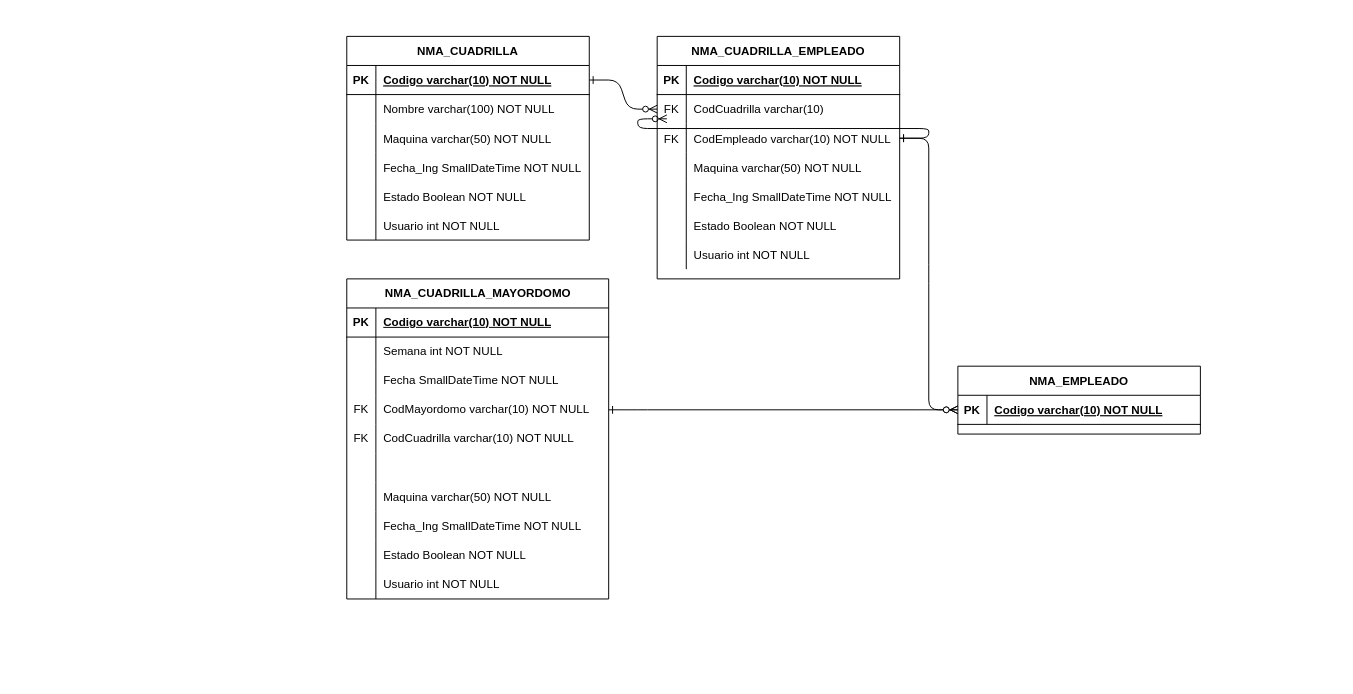
The draw.io diagram Diagrama sin título.drawio in JOSENAVAS46/DiagramsDrawIO, before the edit. Source tidied: cells renumbered, new cells numbered last; positions are measured from the earlier drawing's top-left corner, leaving out a move shared by most shapes. Both pictures are drawn from the tidied source at 97%, with x=0, y=0 at pixel (346, 36).
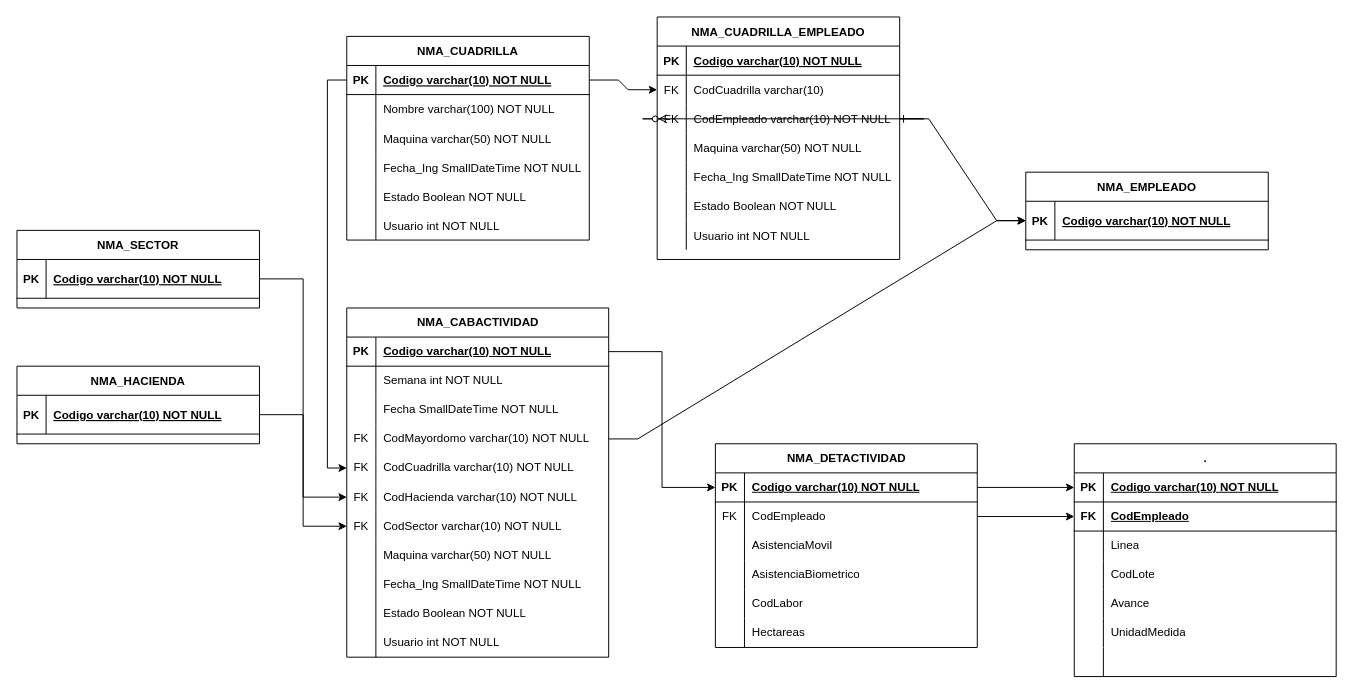
After the change.

Unchanged cells that the change refers to:
```xml
<mxCell id="8" style="shape=partialRectangle;fillColor=none;points=[[0,0.5],[1,0.5]];portConstraint=eastwest;top=0;left=0;right=0;bottom=0;" parent="4" vertex="1">
  <mxGeometry y="60" width="250" height="30" as="geometry" />
</mxCell>
<mxCell id="11" style="shape=partialRectangle;fillColor=none;points=[[0,0.5],[1,0.5]];portConstraint=eastwest;top=0;left=0;right=0;bottom=0;" parent="4" vertex="1">
  <mxGeometry y="90" width="250" height="30" as="geometry" />
</mxCell>
<mxCell id="31" style="shape=partialRectangle;fillColor=none;points=[[0,0.5],[1,0.5]];portConstraint=eastwest;top=0;left=0;right=0;bottom=1;" parent="30" vertex="1">
  <mxGeometry y="30" width="250" height="30" as="geometry" />
</mxCell>
<mxCell id="51" style="shape=tableRow;horizontal=0;startSize=0;swimlaneHead=0;swimlaneBody=0;fillColor=none;points=[[0,0.5],[1,0.5]];portConstraint=eastwest;top=0;left=0;right=0;bottom=1;" parent="50" vertex="1">
  <mxGeometry y="30" width="270" height="30" as="geometry" />
</mxCell>
<mxCell id="60" style="shape=tableRow;horizontal=0;startSize=0;swimlaneHead=0;swimlaneBody=0;fillColor=none;points=[[0,0.5],[1,0.5]];portConstraint=eastwest;top=0;left=0;right=0;bottom=0;" parent="50" vertex="1">
  <mxGeometry y="120" width="270" height="30" as="geometry" />
</mxCell>
<mxCell id="63" style="shape=tableRow;horizontal=0;startSize=0;swimlaneHead=0;swimlaneBody=0;fillColor=none;points=[[0,0.5],[1,0.5]];portConstraint=eastwest;top=0;left=0;right=0;bottom=0;" parent="50" vertex="1">
  <mxGeometry y="150" width="270" height="30" as="geometry" />
</mxCell>
```

Diff of the diagram source:
```diff
@@
-    <mxCell id="2" style="edgeStyle=entityRelationEdgeStyle;endArrow=ERzeroToMany;startArrow=ERone;endFill=1;startFill=0;" parent="1" edge="1" source="31" target="8">
-      <mxGeometry relative="1" as="geometry" />
-    </mxCell>
@@
     <mxCell id="4" value="NMA_CUADRILLA_EMPLEADO" style="shape=table;startSize=30;childLayout=tableLayout;rowLines=0;fontStyle=1;align=center;" parent="1" vertex="1">
-      <mxGeometry x="320" width="250" height="250" as="geometry" />
+      <mxGeometry x="320" y="-20" width="250" height="250" as="geometry" />
     </mxCell>
@@
     <mxCell id="26" value="NMA_EMPLEADO" style="shape=table;startSize=30;childLayout=tableLayout;rowLines=0;fontStyle=1;align=center;" parent="1" vertex="1">
-      <mxGeometry x="630" y="340" width="250" height="70" as="geometry" />
+      <mxGeometry x="700" y="140" width="250" height="80" as="geometry" />
     </mxCell>
     <mxCell id="27" style="shape=partialRectangle;fillColor=none;points=[[0,0.5],[1,0.5]];portConstraint=eastwest;top=0;left=0;right=0;bottom=1;" parent="26" vertex="1">
-      <mxGeometry y="30" width="250" height="30" as="geometry" />
+      <mxGeometry y="30" width="250" height="40" as="geometry" />
     </mxCell>
     <mxCell id="28" value="PK" style="shape=partialRectangle;overflow=hidden;fillColor=none;top=0;left=0;bottom=0;right=0;fontStyle=1;" parent="27" vertex="1">
-      <mxGeometry width="30" height="30" as="geometry" />
+      <mxGeometry width="30" height="40" as="geometry" />
     </mxCell>
     <mxCell id="29" value="Codigo varchar(10) NOT NULL " style="shape=partialRectangle;overflow=hidden;fillColor=none;top=0;left=0;bottom=0;right=0;align=left;spacingLeft=6;fontStyle=5;" parent="27" vertex="1">
-      <mxGeometry x="30" width="220" height="30" as="geometry" />
+      <mxGeometry x="30" width="220" height="40" as="geometry" />
     </mxCell>
@@
-    <mxCell id="49" style="edgeStyle=entityRelationEdgeStyle;endArrow=ERzeroToMany;startArrow=ERone;endFill=1;startFill=0;exitX=1;exitY=0.5;exitDx=0;exitDy=0;entryX=0;entryY=0.5;entryDx=0;entryDy=0;" parent="1" edge="1" source="60" target="27">
-      <mxGeometry relative="1" as="geometry" />
-    </mxCell>
-    <mxCell id="50" value="NMA_CUADRILLA_MAYORDOMO" style="shape=table;startSize=30;childLayout=tableLayout;rowLines=0;fontStyle=1;align=center;html=1;" parent="1" vertex="1">
-      <mxGeometry y="250" width="270" height="330" as="geometry" />
+    <mxCell id="50" value="NMA_CABACTIVIDAD" style="shape=table;startSize=30;childLayout=tableLayout;rowLines=0;fontStyle=1;align=center;html=1;" parent="1" vertex="1">
+      <mxGeometry y="280" width="270" height="360" as="geometry" />
     </mxCell>
@@
-    <mxCell id="66" style="shape=tableRow;horizontal=0;startSize=0;swimlaneHead=0;swimlaneBody=0;fillColor=none;top=0;left=0;right=0;bottom=0;" parent="50" vertex="1">
-      <mxGeometry y="180" width="270" height="30" as="geometry" />
-    </mxCell>
-    <mxCell id="67" style="shape=partialRectangle;fillColor=none;top=0;left=0;bottom=0;right=0;overflow=hidden;whiteSpace=wrap;html=1;" parent="66" vertex="1">
-      <mxGeometry width="30" height="30" as="geometry" />
-    </mxCell>
-    <mxCell id="68" style="shape=partialRectangle;fillColor=none;top=0;left=0;bottom=0;right=0;align=left;spacingLeft=6;overflow=hidden;whiteSpace=wrap;html=1;" parent="66" vertex="1">
-      <mxGeometry x="30" width="240" height="30" as="geometry" />
-    </mxCell>
+    <mxCell id="82" style="shape=tableRow;horizontal=0;startSize=0;swimlaneHead=0;swimlaneBody=0;fillColor=none;points=[[0,0.5],[1,0.5]];portConstraint=eastwest;top=0;left=0;right=0;bottom=0;" parent="50" vertex="1">
+      <mxGeometry y="180" width="270" height="30" as="geometry" />
+    </mxCell>
+    <mxCell id="83" value="FK" style="shape=partialRectangle;fillColor=none;top=0;left=0;bottom=0;right=0;overflow=hidden;whiteSpace=wrap;html=1;" parent="82" vertex="1">
+      <mxGeometry width="30" height="30" as="geometry" />
+    </mxCell>
+    <mxCell id="84" value="CodHacienda&amp;nbsp;varchar(10) NOT NULL" style="shape=partialRectangle;fillColor=none;top=0;left=0;bottom=0;right=0;align=left;spacingLeft=6;overflow=hidden;whiteSpace=wrap;html=1;" parent="82" vertex="1">
+      <mxGeometry x="30" width="240" height="30" as="geometry" />
+    </mxCell>
+    <mxCell id="85" style="shape=tableRow;horizontal=0;startSize=0;swimlaneHead=0;swimlaneBody=0;fillColor=none;points=[[0,0.5],[1,0.5]];portConstraint=eastwest;top=0;left=0;right=0;bottom=0;" parent="50" vertex="1">
+      <mxGeometry y="210" width="270" height="30" as="geometry" />
+    </mxCell>
+    <mxCell id="86" value="FK" style="shape=partialRectangle;fillColor=none;top=0;left=0;bottom=0;right=0;overflow=hidden;whiteSpace=wrap;html=1;" parent="85" vertex="1">
+      <mxGeometry width="30" height="30" as="geometry" />
+    </mxCell>
+    <mxCell id="87" value="&lt;div&gt;CodSector&amp;nbsp;varchar(10) NOT NULL&lt;/div&gt;" style="shape=partialRectangle;fillColor=none;top=0;left=0;bottom=0;right=0;align=left;spacingLeft=6;overflow=hidden;whiteSpace=wrap;html=1;" parent="85" vertex="1">
+      <mxGeometry x="30" width="240" height="30" as="geometry" />
+    </mxCell>
     <mxCell id="69" style="shape=tableRow;horizontal=0;startSize=0;swimlaneHead=0;swimlaneBody=0;fillColor=none;top=0;left=0;right=0;bottom=0;" parent="50" vertex="1">
-      <mxGeometry y="210" width="270" height="30" as="geometry" />
+      <mxGeometry y="240" width="270" height="30" as="geometry" />
     </mxCell>
@@
     <mxCell id="72" style="shape=tableRow;horizontal=0;startSize=0;swimlaneHead=0;swimlaneBody=0;fillColor=none;top=0;left=0;right=0;bottom=0;" parent="50" vertex="1">
-      <mxGeometry y="240" width="270" height="30" as="geometry" />
+      <mxGeometry y="270" width="270" height="30" as="geometry" />
     </mxCell>
@@
     <mxCell id="75" style="shape=tableRow;horizontal=0;startSize=0;swimlaneHead=0;swimlaneBody=0;fillColor=none;top=0;left=0;right=0;bottom=0;" parent="50" vertex="1">
-      <mxGeometry y="270" width="270" height="30" as="geometry" />
+      <mxGeometry y="300" width="270" height="30" as="geometry" />
     </mxCell>
@@
     <mxCell id="78" style="shape=tableRow;horizontal=0;startSize=0;swimlaneHead=0;swimlaneBody=0;fillColor=none;top=0;left=0;right=0;bottom=0;" parent="50" vertex="1">
-      <mxGeometry y="300" width="270" height="30" as="geometry" />
+      <mxGeometry y="330" width="270" height="30" as="geometry" />
     </mxCell>
@@
+    <mxCell id="2" style="edgeStyle=entityRelationEdgeStyle;rounded=0;jettySize=auto;html=1;exitX=1;exitY=0.5;exitDx=0;exitDy=0;entryX=0;entryY=0.5;entryDx=0;entryDy=0;" parent="1" edge="1" source="31" target="8">
+      <mxGeometry relative="1" as="geometry" />
+    </mxCell>
-    <mxCell id="81" style="edgeStyle=entityRelationEdgeStyle;endArrow=ERzeroToMany;startArrow=ERone;endFill=1;startFill=0;exitX=1;exitY=0.5;exitDx=0;exitDy=0;entryX=0;entryY=0.5;entryDx=0;entryDy=0;" parent="1" edge="1" source="11" target="27">
-      <mxGeometry relative="1" as="geometry">
-        <Array as="points">
-          <mxPoint x="620" y="230" />
-        </Array>
-      </mxGeometry>
+    <mxCell id="81" style="edgeStyle=entityRelationEdgeStyle;rounded=0;jettySize=auto;html=1;exitX=1;exitY=0.5;exitDx=0;exitDy=0;entryX=0;entryY=0.5;entryDx=0;entryDy=0;" parent="1" edge="1" source="11" target="27">
+      <mxGeometry relative="1" as="geometry" />
     </mxCell>
+    <mxCell id="49" style="edgeStyle=entityRelationEdgeStyle;rounded=0;jettySize=auto;html=1;exitX=1;exitY=0.5;exitDx=0;exitDy=0;entryX=0;entryY=0.5;entryDx=0;entryDy=0;" parent="1" edge="1" source="60" target="27">
+      <mxGeometry relative="1" as="geometry" />
+    </mxCell>
+    <mxCell id="88" style="edgeStyle=orthogonalEdgeStyle;rounded=0;jettySize=auto;html=1;exitX=0;exitY=0.5;exitDx=0;exitDy=0;entryX=0;entryY=0.5;entryDx=0;entryDy=0;" parent="1" edge="1" source="31" target="63">
+      <mxGeometry relative="1" as="geometry" />
+    </mxCell>
+    <mxCell id="89" value="NMA_SECTOR" style="shape=table;startSize=30;childLayout=tableLayout;rowLines=0;fontStyle=1;align=center;" parent="1" vertex="1">
+      <mxGeometry x="-340" y="200" width="250" height="80" as="geometry" />
+    </mxCell>
+    <mxCell id="90" style="shape=partialRectangle;fillColor=none;points=[[0,0.5],[1,0.5]];portConstraint=eastwest;top=0;left=0;right=0;bottom=1;" parent="89" vertex="1">
+      <mxGeometry y="30" width="250" height="40" as="geometry" />
+    </mxCell>
+    <mxCell id="91" value="PK" style="shape=partialRectangle;overflow=hidden;fillColor=none;top=0;left=0;bottom=0;right=0;fontStyle=1;" parent="90" vertex="1">
+      <mxGeometry width="30" height="40" as="geometry" />
+    </mxCell>
+    <mxCell id="92" value="Codigo varchar(10) NOT NULL " style="shape=partialRectangle;overflow=hidden;fillColor=none;top=0;left=0;bottom=0;right=0;align=left;spacingLeft=6;fontStyle=5;" parent="90" vertex="1">
+      <mxGeometry x="30" width="220" height="40" as="geometry" />
+    </mxCell>
+    <mxCell id="93" value="NMA_HACIENDA" style="shape=table;startSize=30;childLayout=tableLayout;rowLines=0;fontStyle=1;align=center;" parent="1" vertex="1">
+      <mxGeometry x="-340" y="340" width="250" height="80" as="geometry" />
+    </mxCell>
+    <mxCell id="94" style="shape=partialRectangle;fillColor=none;points=[[0,0.5],[1,0.5]];portConstraint=eastwest;top=0;left=0;right=0;bottom=1;" parent="93" vertex="1">
+      <mxGeometry y="30" width="250" height="40" as="geometry" />
+    </mxCell>
+    <mxCell id="95" value="PK" style="shape=partialRectangle;overflow=hidden;fillColor=none;top=0;left=0;bottom=0;right=0;fontStyle=1;" parent="94" vertex="1">
+      <mxGeometry width="30" height="40" as="geometry" />
+    </mxCell>
+    <mxCell id="96" value="Codigo varchar(10) NOT NULL " style="shape=partialRectangle;overflow=hidden;fillColor=none;top=0;left=0;bottom=0;right=0;align=left;spacingLeft=6;fontStyle=5;" parent="94" vertex="1">
+      <mxGeometry x="30" width="220" height="40" as="geometry" />
+    </mxCell>
+    <mxCell id="97" style="edgeStyle=orthogonalEdgeStyle;rounded=0;jettySize=auto;html=1;exitX=1;exitY=0.5;exitDx=0;exitDy=0;entryX=0;entryY=0.5;entryDx=0;entryDy=0;" parent="1" edge="1" source="94" target="82">
+      <mxGeometry relative="1" as="geometry" />
+    </mxCell>
+    <mxCell id="98" style="edgeStyle=orthogonalEdgeStyle;rounded=0;jettySize=auto;html=1;exitX=1;exitY=0.5;exitDx=0;exitDy=0;entryX=0;entryY=0.5;entryDx=0;entryDy=0;" parent="1" edge="1" source="90" target="85">
+      <mxGeometry relative="1" as="geometry" />
+    </mxCell>
+    <mxCell id="99" value="NMA_DETACTIVIDAD" style="shape=table;startSize=30;childLayout=tableLayout;rowLines=0;fontStyle=1;align=center;html=1;" parent="1" vertex="1">
+      <mxGeometry x="380" y="420" width="270" height="210" as="geometry" />
+    </mxCell>
+    <mxCell id="100" style="shape=tableRow;horizontal=0;startSize=0;swimlaneHead=0;swimlaneBody=0;fillColor=none;points=[[0,0.5],[1,0.5]];portConstraint=eastwest;top=0;left=0;right=0;bottom=1;" parent="99" vertex="1">
+      <mxGeometry y="30" width="270" height="30" as="geometry" />
+    </mxCell>
+    <mxCell id="101" value="PK" style="shape=partialRectangle;fillColor=none;top=0;left=0;bottom=0;right=0;fontStyle=1;overflow=hidden;whiteSpace=wrap;html=1;" parent="100" vertex="1">
+      <mxGeometry width="30" height="30" as="geometry" />
+    </mxCell>
+    <mxCell id="102" value="Codigo&amp;nbsp;varchar(10) NOT NULL " style="shape=partialRectangle;fillColor=none;top=0;left=0;bottom=0;right=0;align=left;spacingLeft=6;fontStyle=5;overflow=hidden;whiteSpace=wrap;html=1;" parent="100" vertex="1">
+      <mxGeometry x="30" width="240" height="30" as="geometry" />
+    </mxCell>
+    <mxCell id="103" style="shape=tableRow;horizontal=0;startSize=0;swimlaneHead=0;swimlaneBody=0;fillColor=none;points=[[0,0.5],[1,0.5]];portConstraint=eastwest;top=0;left=0;right=0;bottom=0;" parent="99" vertex="1">
+      <mxGeometry y="60" width="270" height="30" as="geometry" />
+    </mxCell>
+    <mxCell id="104" value="FK" style="shape=partialRectangle;fillColor=none;top=0;left=0;bottom=0;right=0;overflow=hidden;whiteSpace=wrap;html=1;" parent="103" vertex="1">
+      <mxGeometry width="30" height="30" as="geometry" />
+    </mxCell>
+    <mxCell id="105" value="CodEmpleado" style="shape=partialRectangle;fillColor=none;top=0;left=0;bottom=0;right=0;align=left;spacingLeft=6;overflow=hidden;whiteSpace=wrap;html=1;" parent="103" vertex="1">
+      <mxGeometry x="30" width="240" height="30" as="geometry" />
+    </mxCell>
+    <mxCell id="106" style="shape=tableRow;horizontal=0;startSize=0;swimlaneHead=0;swimlaneBody=0;fillColor=none;top=0;left=0;right=0;bottom=0;" parent="99" vertex="1">
+      <mxGeometry y="90" width="270" height="30" as="geometry" />
+    </mxCell>
+    <mxCell id="107" style="shape=partialRectangle;fillColor=none;top=0;left=0;bottom=0;right=0;overflow=hidden;whiteSpace=wrap;html=1;" parent="106" vertex="1">
+      <mxGeometry width="30" height="30" as="geometry" />
+    </mxCell>
+    <mxCell id="108" value="AsistenciaMovil" style="shape=partialRectangle;fillColor=none;top=0;left=0;bottom=0;right=0;align=left;spacingLeft=6;overflow=hidden;whiteSpace=wrap;html=1;" parent="106" vertex="1">
+      <mxGeometry x="30" width="240" height="30" as="geometry" />
+    </mxCell>
+    <mxCell id="109" style="shape=tableRow;horizontal=0;startSize=0;swimlaneHead=0;swimlaneBody=0;fillColor=none;top=0;left=0;right=0;bottom=0;" parent="99" vertex="1">
+      <mxGeometry y="120" width="270" height="30" as="geometry" />
+    </mxCell>
+    <mxCell id="110" style="shape=partialRectangle;fillColor=none;top=0;left=0;bottom=0;right=0;overflow=hidden;whiteSpace=wrap;html=1;" parent="109" vertex="1">
+      <mxGeometry width="30" height="30" as="geometry" />
+    </mxCell>
+    <mxCell id="111" value="AsistenciaBiometrico" style="shape=partialRectangle;fillColor=none;top=0;left=0;bottom=0;right=0;align=left;spacingLeft=6;overflow=hidden;whiteSpace=wrap;html=1;" parent="109" vertex="1">
+      <mxGeometry x="30" width="240" height="30" as="geometry" />
+    </mxCell>
+    <mxCell id="112" style="shape=tableRow;horizontal=0;startSize=0;swimlaneHead=0;swimlaneBody=0;fillColor=none;top=0;left=0;right=0;bottom=0;" parent="99" vertex="1">
+      <mxGeometry y="150" width="270" height="30" as="geometry" />
+    </mxCell>
+    <mxCell id="113" style="shape=partialRectangle;fillColor=none;top=0;left=0;bottom=0;right=0;overflow=hidden;whiteSpace=wrap;html=1;" parent="112" vertex="1">
+      <mxGeometry width="30" height="30" as="geometry" />
+    </mxCell>
+    <mxCell id="114" value="CodLabor" style="shape=partialRectangle;fillColor=none;top=0;left=0;bottom=0;right=0;align=left;spacingLeft=6;overflow=hidden;whiteSpace=wrap;html=1;" parent="112" vertex="1">
+      <mxGeometry x="30" width="240" height="30" as="geometry" />
+    </mxCell>
+    <mxCell id="115" style="shape=tableRow;horizontal=0;startSize=0;swimlaneHead=0;swimlaneBody=0;fillColor=none;top=0;left=0;right=0;bottom=0;" parent="99" vertex="1">
+      <mxGeometry y="180" width="270" height="30" as="geometry" />
+    </mxCell>
+    <mxCell id="116" style="shape=partialRectangle;fillColor=none;top=0;left=0;bottom=0;right=0;overflow=hidden;whiteSpace=wrap;html=1;" parent="115" vertex="1">
+      <mxGeometry width="30" height="30" as="geometry" />
+    </mxCell>
+    <mxCell id="117" value="Hectareas" style="shape=partialRectangle;fillColor=none;top=0;left=0;bottom=0;right=0;align=left;spacingLeft=6;overflow=hidden;whiteSpace=wrap;html=1;" parent="115" vertex="1">
+      <mxGeometry x="30" width="240" height="30" as="geometry" />
+    </mxCell>
+    <mxCell id="118" value="." style="shape=table;startSize=30;childLayout=tableLayout;rowLines=0;fontStyle=1;align=center;html=1;" parent="1" vertex="1">
+      <mxGeometry x="750" y="420" width="270" height="240" as="geometry" />
+    </mxCell>
+    <mxCell id="119" style="shape=tableRow;horizontal=0;startSize=0;swimlaneHead=0;swimlaneBody=0;fillColor=none;points=[[0,0.5],[1,0.5]];portConstraint=eastwest;top=0;left=0;right=0;bottom=1;" parent="118" vertex="1">
+      <mxGeometry y="30" width="270" height="30" as="geometry" />
+    </mxCell>
+    <mxCell id="120" value="PK" style="shape=partialRectangle;fillColor=none;top=0;left=0;bottom=0;right=0;fontStyle=1;overflow=hidden;whiteSpace=wrap;html=1;" parent="119" vertex="1">
+      <mxGeometry width="30" height="30" as="geometry" />
+    </mxCell>
+    <mxCell id="121" value="Codigo&amp;nbsp;varchar(10) NOT NULL " style="shape=partialRectangle;fillColor=none;top=0;left=0;bottom=0;right=0;align=left;spacingLeft=6;fontStyle=5;overflow=hidden;whiteSpace=wrap;html=1;" parent="119" vertex="1">
+      <mxGeometry x="30" width="240" height="30" as="geometry" />
+    </mxCell>
+    <mxCell id="122" style="shape=tableRow;horizontal=0;startSize=0;swimlaneHead=0;swimlaneBody=0;fillColor=none;points=[[0,0.5],[1,0.5]];portConstraint=eastwest;top=0;left=0;right=0;bottom=1;" parent="118" vertex="1">
+      <mxGeometry y="60" width="270" height="30" as="geometry" />
+    </mxCell>
+    <mxCell id="123" value="FK" style="shape=partialRectangle;fillColor=none;top=0;left=0;bottom=0;right=0;fontStyle=1;overflow=hidden;whiteSpace=wrap;html=1;" parent="122" vertex="1">
+      <mxGeometry width="30" height="30" as="geometry" />
+    </mxCell>
+    <mxCell id="124" value="CodEmpleado" style="shape=partialRectangle;fillColor=none;top=0;left=0;bottom=0;right=0;align=left;spacingLeft=6;fontStyle=5;overflow=hidden;whiteSpace=wrap;html=1;" parent="122" vertex="1">
+      <mxGeometry x="30" width="240" height="30" as="geometry" />
+    </mxCell>
+    <mxCell id="125" style="shape=tableRow;horizontal=0;startSize=0;swimlaneHead=0;swimlaneBody=0;fillColor=none;top=0;left=0;right=0;bottom=0;" parent="118" vertex="1">
+      <mxGeometry y="90" width="270" height="30" as="geometry" />
+    </mxCell>
+    <mxCell id="126" style="shape=partialRectangle;fillColor=none;top=0;left=0;bottom=0;right=0;overflow=hidden;whiteSpace=wrap;html=1;" parent="125" vertex="1">
+      <mxGeometry width="30" height="30" as="geometry" />
+    </mxCell>
+    <mxCell id="127" value="Linea" style="shape=partialRectangle;fillColor=none;top=0;left=0;bottom=0;right=0;align=left;spacingLeft=6;overflow=hidden;whiteSpace=wrap;html=1;" parent="125" vertex="1">
+      <mxGeometry x="30" width="240" height="30" as="geometry" />
+    </mxCell>
+    <mxCell id="128" style="shape=tableRow;horizontal=0;startSize=0;swimlaneHead=0;swimlaneBody=0;fillColor=none;top=0;left=0;right=0;bottom=0;" parent="118" vertex="1">
+      <mxGeometry y="120" width="270" height="30" as="geometry" />
+    </mxCell>
+    <mxCell id="129" style="shape=partialRectangle;fillColor=none;top=0;left=0;bottom=0;right=0;overflow=hidden;whiteSpace=wrap;html=1;" parent="128" vertex="1">
+      <mxGeometry width="30" height="30" as="geometry" />
+    </mxCell>
+    <mxCell id="130" value="CodLote" style="shape=partialRectangle;fillColor=none;top=0;left=0;bottom=0;right=0;align=left;spacingLeft=6;overflow=hidden;whiteSpace=wrap;html=1;" parent="128" vertex="1">
+      <mxGeometry x="30" width="240" height="30" as="geometry" />
+    </mxCell>
+    <mxCell id="131" style="shape=tableRow;horizontal=0;startSize=0;swimlaneHead=0;swimlaneBody=0;fillColor=none;top=0;left=0;right=0;bottom=0;" parent="118" vertex="1">
+      <mxGeometry y="150" width="270" height="30" as="geometry" />
+    </mxCell>
+    <mxCell id="132" style="shape=partialRectangle;fillColor=none;top=0;left=0;bottom=0;right=0;overflow=hidden;whiteSpace=wrap;html=1;" parent="131" vertex="1">
+      <mxGeometry width="30" height="30" as="geometry" />
+    </mxCell>
+    <mxCell id="133" value="Avance" style="shape=partialRectangle;fillColor=none;top=0;left=0;bottom=0;right=0;align=left;spacingLeft=6;overflow=hidden;whiteSpace=wrap;html=1;" parent="131" vertex="1">
+      <mxGeometry x="30" width="240" height="30" as="geometry" />
+    </mxCell>
+    <mxCell id="134" style="shape=tableRow;horizontal=0;startSize=0;swimlaneHead=0;swimlaneBody=0;fillColor=none;top=0;left=0;right=0;bottom=0;" parent="118" vertex="1">
+      <mxGeometry y="180" width="270" height="30" as="geometry" />
+    </mxCell>
+    <mxCell id="135" style="shape=partialRectangle;fillColor=none;top=0;left=0;bottom=0;right=0;overflow=hidden;whiteSpace=wrap;html=1;" parent="134" vertex="1">
+      <mxGeometry width="30" height="30" as="geometry" />
+    </mxCell>
+    <mxCell id="136" value="&lt;div&gt;UnidadMedida&lt;/div&gt;" style="shape=partialRectangle;fillColor=none;top=0;left=0;bottom=0;right=0;align=left;spacingLeft=6;overflow=hidden;whiteSpace=wrap;html=1;" parent="134" vertex="1">
+      <mxGeometry x="30" width="240" height="30" as="geometry" />
+    </mxCell>
+    <mxCell id="137" style="shape=tableRow;horizontal=0;startSize=0;swimlaneHead=0;swimlaneBody=0;fillColor=none;top=0;left=0;right=0;bottom=0;" parent="118" vertex="1">
+      <mxGeometry y="210" width="270" height="30" as="geometry" />
+    </mxCell>
+    <mxCell id="138" style="shape=partialRectangle;fillColor=none;top=0;left=0;bottom=0;right=0;overflow=hidden;whiteSpace=wrap;html=1;" parent="137" vertex="1">
+      <mxGeometry width="30" height="30" as="geometry" />
+    </mxCell>
+    <mxCell id="68" style="shape=partialRectangle;fillColor=none;top=0;left=0;bottom=0;right=0;align=left;spacingLeft=6;overflow=hidden;whiteSpace=wrap;html=1;" parent="137" vertex="1">
+      <mxGeometry x="30" width="240" height="30" as="geometry" />
+    </mxCell>
+    <mxCell id="139" style="edgeStyle=orthogonalEdgeStyle;rounded=0;jettySize=auto;html=1;entryX=0;entryY=0.5;entryDx=0;entryDy=0;" parent="1" edge="1" source="51" target="100">
+      <mxGeometry relative="1" as="geometry" />
+    </mxCell>
+    <mxCell id="140" style="edgeStyle=orthogonalEdgeStyle;rounded=0;jettySize=auto;html=1;entryX=0;entryY=0.5;entryDx=0;entryDy=0;" parent="1" edge="1" source="100" target="119">
+      <mxGeometry relative="1" as="geometry" />
+    </mxCell>
+    <mxCell id="141" style="edgeStyle=orthogonalEdgeStyle;rounded=0;jettySize=auto;html=1;entryX=0;entryY=0.5;entryDx=0;entryDy=0;" parent="1" edge="1" source="103" target="122">
+      <mxGeometry relative="1" as="geometry" />
+    </mxCell>
```
